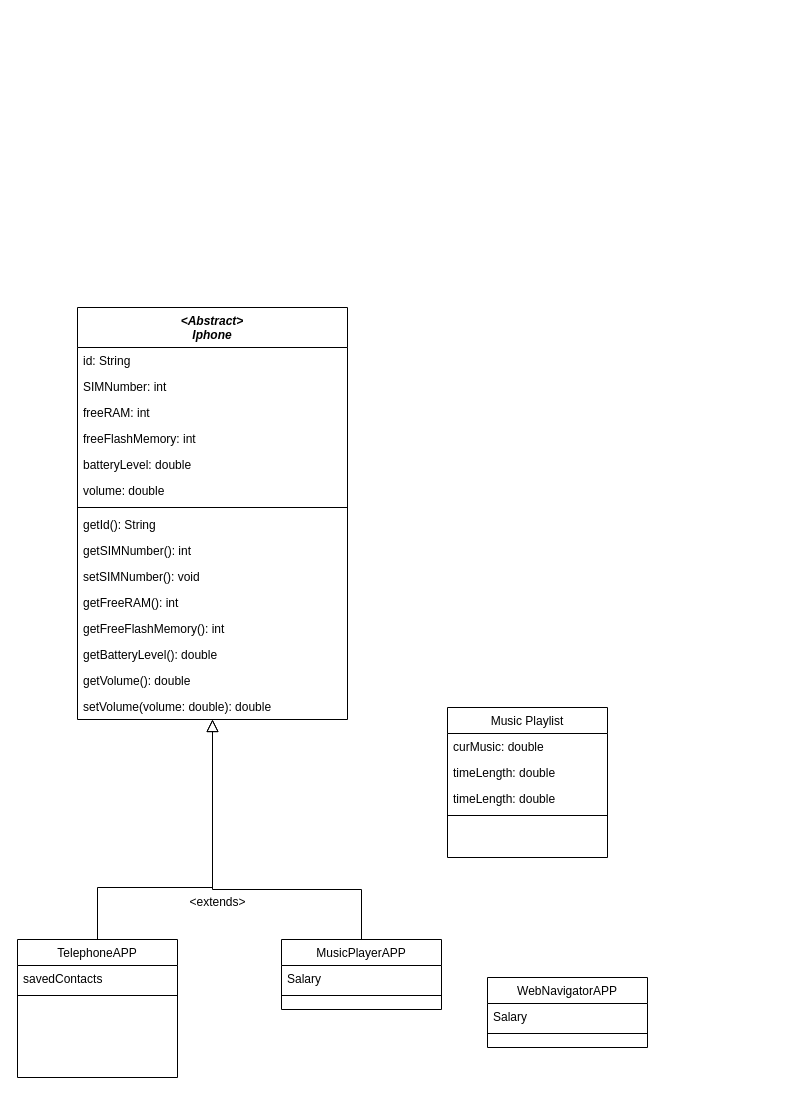
Above: iphone.drawio in pedrogamedev/DIO-UMLIphone (draw.io), before the change. Source tidied: cells renumbered, new cells numbered last; positions are measured from the earlier drawing's top-left corner, leaving out a move shared by most shapes. Both pictures are drawn from the tidied source at 100%, with x=0, y=0 at pixel (17, 307).
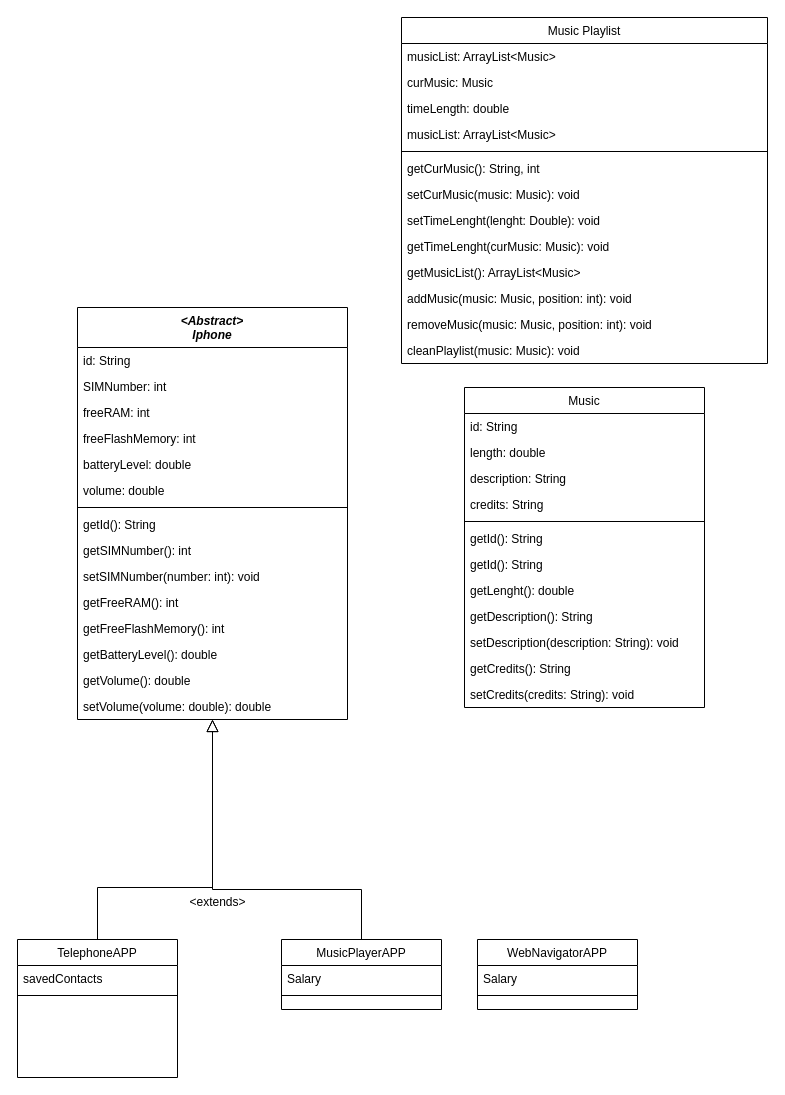
The same diagram, later.

Commit message:
Update-> Music app UML.drawio

The change refers to these unchanged cells:
```xml
<mxCell id="2" value="&lt;Abstract&gt;&#10;Iphone" style="swimlane;fontStyle=3;align=center;verticalAlign=top;horizontal=1;startSize=40;rounded=0;shadow=0;strokeWidth=1;" parent="1" vertex="1">
  <mxGeometry x="60" width="270" height="412" as="geometry" />
</mxCell>
```

Change to the diagram source:
```diff
@@
-    <mxCell id="12" value="setSIMNumber(): void" style="text;align=left;verticalAlign=top;spacingLeft=4;spacingRight=4;overflow=hidden;" parent="2" vertex="1">
+    <mxCell id="12" value="setSIMNumber(number: int): void" style="text;align=left;verticalAlign=top;spacingLeft=4;spacingRight=4;overflow=hidden;" parent="2" vertex="1">
       <mxGeometry y="256" width="270" height="26" as="geometry" />
     </mxCell>
@@
     <mxCell id="27" value="WebNavigatorAPP" style="swimlane;fontStyle=0;align=center;verticalAlign=top;horizontal=1;startSize=26;rounded=0;shadow=0;strokeWidth=1;" parent="1" vertex="1">
-      <mxGeometry x="470" y="670" width="160" height="70" as="geometry" />
+      <mxGeometry x="460" y="632" width="160" height="70" as="geometry" />
     </mxCell>
@@
     <mxCell id="30" value="Music Playlist" style="swimlane;fontStyle=0;align=center;verticalAlign=top;horizontal=1;startSize=26;rounded=0;shadow=0;strokeWidth=1;" parent="1" vertex="1">
-      <mxGeometry x="430" y="400" width="160" height="150" as="geometry" />
+      <mxGeometry x="384" y="-290" width="366" height="346" as="geometry" />
     </mxCell>
+    <mxCell id="35" value="musicList: ArrayList&lt;Music&gt;&#10;" style="text;align=left;verticalAlign=top;spacingLeft=4;spacingRight=4;overflow=hidden;" parent="30" vertex="1">
+      <mxGeometry y="26" width="366" height="26" as="geometry" />
+    </mxCell>
-    <mxCell id="31" value="curMusic: double&#10;" style="text;align=left;verticalAlign=top;spacingLeft=4;spacingRight=4;overflow=hidden;" parent="30" vertex="1">
-      <mxGeometry y="26" width="160" height="26" as="geometry" />
+    <mxCell id="31" value="curMusic: Music&#10;" style="text;align=left;verticalAlign=top;spacingLeft=4;spacingRight=4;overflow=hidden;" parent="30" vertex="1">
+      <mxGeometry y="52" width="366" height="26" as="geometry" />
     </mxCell>
     <mxCell id="32" value="timeLength: double&#10;" style="text;align=left;verticalAlign=top;spacingLeft=4;spacingRight=4;overflow=hidden;" parent="30" vertex="1">
-      <mxGeometry y="52" width="160" height="26" as="geometry" />
+      <mxGeometry y="78" width="366" height="26" as="geometry" />
     </mxCell>
-    <mxCell id="33" value="timeLength: double&#10;" style="text;align=left;verticalAlign=top;spacingLeft=4;spacingRight=4;overflow=hidden;" parent="30" vertex="1">
-      <mxGeometry y="78" width="160" height="26" as="geometry" />
+    <mxCell id="33" value="musicList: ArrayList&lt;Music&gt;&#10;" style="text;align=left;verticalAlign=top;spacingLeft=4;spacingRight=4;overflow=hidden;" parent="30" vertex="1">
+      <mxGeometry y="104" width="366" height="26" as="geometry" />
     </mxCell>
     <mxCell id="34" style="line;html=1;strokeWidth=1;align=left;verticalAlign=middle;spacingTop=-1;spacingLeft=3;spacingRight=3;labelPosition=right;" parent="30" vertex="1">
-      <mxGeometry y="104" width="160" height="8" as="geometry" />
+      <mxGeometry y="130" width="366" height="8" as="geometry" />
     </mxCell>
+    <mxCell id="36" value="getCurMusic(): String, int" style="text;align=left;verticalAlign=top;spacingLeft=4;spacingRight=4;overflow=hidden;" parent="30" vertex="1">
+      <mxGeometry y="138" width="366" height="26" as="geometry" />
+    </mxCell>
+    <mxCell id="37" value="setCurMusic(music: Music): void" style="text;align=left;verticalAlign=top;spacingLeft=4;spacingRight=4;overflow=hidden;" parent="30" vertex="1">
+      <mxGeometry y="164" width="366" height="26" as="geometry" />
+    </mxCell>
+    <mxCell id="38" value="setTimeLenght(lenght: Double): void" style="text;align=left;verticalAlign=top;spacingLeft=4;spacingRight=4;overflow=hidden;" parent="30" vertex="1">
+      <mxGeometry y="190" width="366" height="26" as="geometry" />
+    </mxCell>
+    <mxCell id="39" value="getTimeLenght(curMusic: Music): void" style="text;align=left;verticalAlign=top;spacingLeft=4;spacingRight=4;overflow=hidden;" parent="30" vertex="1">
+      <mxGeometry y="216" width="366" height="26" as="geometry" />
+    </mxCell>
+    <mxCell id="40" value="getMusicList(): ArrayList&lt;Music&gt;" style="text;align=left;verticalAlign=top;spacingLeft=4;spacingRight=4;overflow=hidden;" parent="30" vertex="1">
+      <mxGeometry y="242" width="366" height="26" as="geometry" />
+    </mxCell>
+    <mxCell id="41" value="addMusic(music: Music, position: int): void" style="text;align=left;verticalAlign=top;spacingLeft=4;spacingRight=4;overflow=hidden;" parent="30" vertex="1">
+      <mxGeometry y="268" width="366" height="26" as="geometry" />
+    </mxCell>
+    <mxCell id="42" value="removeMusic(music: Music, position: int): void" style="text;align=left;verticalAlign=top;spacingLeft=4;spacingRight=4;overflow=hidden;" parent="30" vertex="1">
+      <mxGeometry y="294" width="366" height="26" as="geometry" />
+    </mxCell>
+    <mxCell id="43" value="cleanPlaylist(music: Music): void" style="text;align=left;verticalAlign=top;spacingLeft=4;spacingRight=4;overflow=hidden;" parent="30" vertex="1">
+      <mxGeometry y="320" width="366" height="26" as="geometry" />
+    </mxCell>
+    <mxCell id="44" value="Music" style="swimlane;fontStyle=0;align=center;verticalAlign=top;horizontal=1;startSize=26;rounded=0;shadow=0;strokeWidth=1;" parent="1" vertex="1">
+      <mxGeometry x="447" y="80" width="240" height="320" as="geometry" />
+    </mxCell>
+    <mxCell id="45" value="id: String&#10;" style="text;align=left;verticalAlign=top;spacingLeft=4;spacingRight=4;overflow=hidden;" parent="44" vertex="1">
+      <mxGeometry y="26" width="240" height="26" as="geometry" />
+    </mxCell>
+    <mxCell id="46" value="length: double&#10;" style="text;align=left;verticalAlign=top;spacingLeft=4;spacingRight=4;overflow=hidden;" parent="44" vertex="1">
+      <mxGeometry y="52" width="240" height="26" as="geometry" />
+    </mxCell>
+    <mxCell id="47" value="description: String&#10;" style="text;align=left;verticalAlign=top;spacingLeft=4;spacingRight=4;overflow=hidden;" parent="44" vertex="1">
+      <mxGeometry y="78" width="240" height="26" as="geometry" />
+    </mxCell>
+    <mxCell id="48" value="credits: String&#10;" style="text;align=left;verticalAlign=top;spacingLeft=4;spacingRight=4;overflow=hidden;" parent="44" vertex="1">
+      <mxGeometry y="104" width="240" height="26" as="geometry" />
+    </mxCell>
+    <mxCell id="49" style="line;html=1;strokeWidth=1;align=left;verticalAlign=middle;spacingTop=-1;spacingLeft=3;spacingRight=3;labelPosition=right;" parent="44" vertex="1">
+      <mxGeometry y="130" width="240" height="8" as="geometry" />
+    </mxCell>
+    <mxCell id="50" value="getId(): String" style="text;align=left;verticalAlign=top;spacingLeft=4;spacingRight=4;overflow=hidden;" parent="44" vertex="1">
+      <mxGeometry y="138" width="240" height="26" as="geometry" />
+    </mxCell>
+    <mxCell id="51" value="getId(): String" style="text;align=left;verticalAlign=top;spacingLeft=4;spacingRight=4;overflow=hidden;" parent="44" vertex="1">
+      <mxGeometry y="164" width="240" height="26" as="geometry" />
+    </mxCell>
+    <mxCell id="52" value="getLenght(): double&#10;" style="text;align=left;verticalAlign=top;spacingLeft=4;spacingRight=4;overflow=hidden;" parent="44" vertex="1">
+      <mxGeometry y="190" width="240" height="26" as="geometry" />
+    </mxCell>
+    <mxCell id="53" value="getDescription(): String&#10;" style="text;align=left;verticalAlign=top;spacingLeft=4;spacingRight=4;overflow=hidden;" parent="44" vertex="1">
+      <mxGeometry y="216" width="240" height="26" as="geometry" />
+    </mxCell>
+    <mxCell id="54" value="setDescription(description: String): void" style="text;align=left;verticalAlign=top;spacingLeft=4;spacingRight=4;overflow=hidden;" parent="44" vertex="1">
+      <mxGeometry y="242" width="240" height="26" as="geometry" />
+    </mxCell>
+    <mxCell id="55" value="getCredits(): String&#10;" style="text;align=left;verticalAlign=top;spacingLeft=4;spacingRight=4;overflow=hidden;" parent="44" vertex="1">
+      <mxGeometry y="268" width="240" height="26" as="geometry" />
+    </mxCell>
+    <mxCell id="56" value="setCredits(credits: String): void&#10;" style="text;align=left;verticalAlign=top;spacingLeft=4;spacingRight=4;overflow=hidden;" parent="44" vertex="1">
+      <mxGeometry y="294" width="240" height="26" as="geometry" />
+    </mxCell>
```
